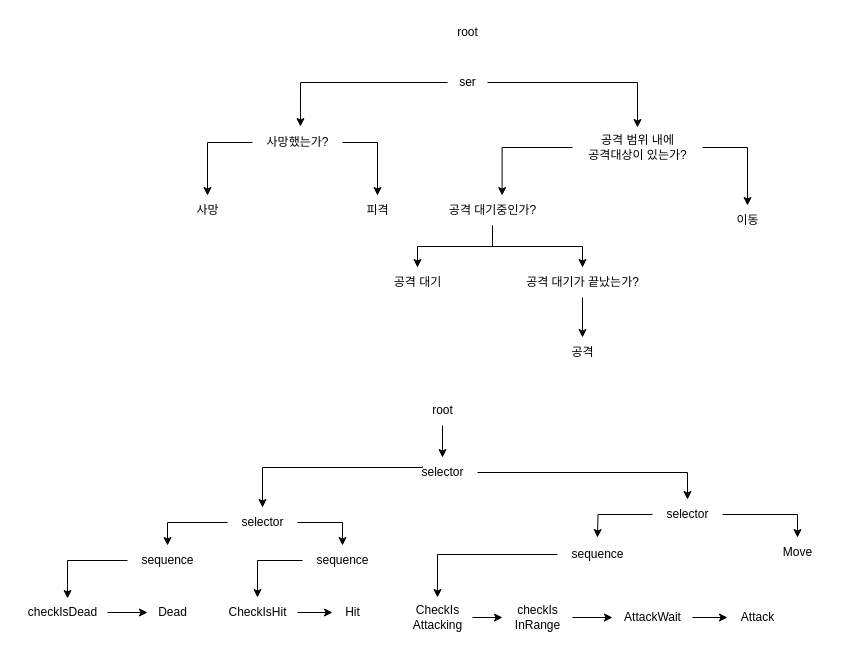
FavorKim/SlimeProject keeps this draw.io diagram as 보스행동트리개요.drawio. Above is the earlier version. Source tidied: cells renumbered, new cells numbered last; positions are measured from the earlier drawing's top-left corner, leaving out a move shared by most shapes. Both pictures are drawn from the tidied source at 100%, with x=0, y=0 at pixel (17, 17).
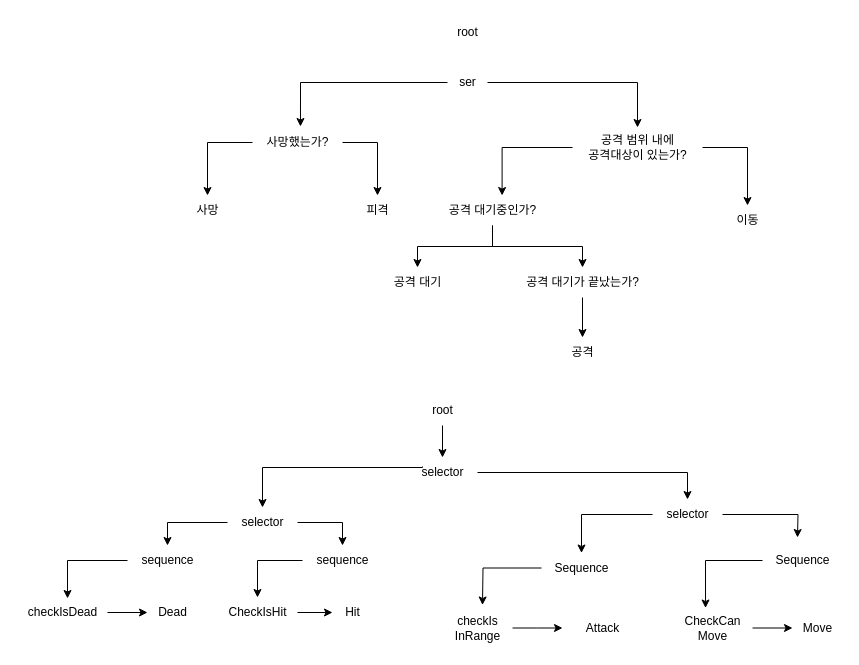
The same page after the edit.

Commit message:
보스행동트리개요.drawio 업데이트

The change refers to these unchanged cells:
```xml
<mxCell id="34" value="selector" style="text;html=1;align=center;verticalAlign=middle;points=[];strokeColor=none;fillColor=none;" parent="1" vertex="1">
  <mxGeometry x="635" y="482" width="70" height="30" as="geometry" />
</mxCell>
```

Change to the diagram source:
```diff
@@
-    <mxCell id="32" style="edgeStyle=orthogonalEdgeStyle;rounded=0;jettySize=auto;html=1;" parent="1" edge="1" source="34">
-      <mxGeometry relative="1" as="geometry">
-        <mxPoint x="580" y="520" as="targetPoint" />
-      </mxGeometry>
+    <mxCell id="32" style="edgeStyle=orthogonalEdgeStyle;rounded=0;jettySize=auto;html=1;" parent="1" edge="1" source="34" target="55">
+      <mxGeometry relative="1" as="geometry" />
     </mxCell>
-    <mxCell id="33" style="edgeStyle=orthogonalEdgeStyle;rounded=0;jettySize=auto;html=1;" parent="1" edge="1" source="34" target="42">
-      <mxGeometry relative="1" as="geometry" />
+    <mxCell id="33" style="edgeStyle=orthogonalEdgeStyle;rounded=0;jettySize=auto;html=1;" parent="1" edge="1" source="34">
+      <mxGeometry relative="1" as="geometry">
+        <mxPoint x="780" y="520" as="targetPoint" />
+      </mxGeometry>
     </mxCell>
@@
+    <mxCell id="43" value="root" style="text;html=1;align=center;verticalAlign=middle;strokeColor=none;fillColor=none;" parent="1" vertex="1">
+      <mxGeometry x="430" width="40" height="30" as="geometry" />
+    </mxCell>
+    <mxCell id="53" style="edgeStyle=orthogonalEdgeStyle;rounded=0;jettySize=auto;html=1;" parent="1" edge="1" source="47">
+      <mxGeometry relative="1" as="geometry">
+        <mxPoint x="545" y="610.5" as="targetPoint" />
+      </mxGeometry>
+    </mxCell>
+    <mxCell id="47" value="checkIs&lt;div&gt;InRange&lt;/div&gt;" style="text;html=1;align=center;verticalAlign=middle;points=[];strokeColor=none;fillColor=none;" parent="1" vertex="1">
+      <mxGeometry x="425" y="590.5" width="70" height="40" as="geometry" />
+    </mxCell>
+    <mxCell id="54" style="edgeStyle=orthogonalEdgeStyle;rounded=0;jettySize=auto;html=1;" parent="1" edge="1" source="55">
+      <mxGeometry relative="1" as="geometry">
+        <mxPoint x="465" y="587.5" as="targetPoint" />
+      </mxGeometry>
+    </mxCell>
+    <mxCell id="55" value="Sequence" style="text;html=1;align=center;verticalAlign=middle;points=[];strokeColor=none;fillColor=none;" parent="1" vertex="1">
+      <mxGeometry x="524" y="535.5" width="80" height="30" as="geometry" />
+    </mxCell>
+    <mxCell id="56" value="Sequence" style="text;html=1;align=center;verticalAlign=middle;points=[];strokeColor=none;fillColor=none;" parent="1" vertex="1">
+      <mxGeometry x="745" y="528" width="80" height="30" as="geometry" />
+    </mxCell>
+    <mxCell id="57" style="edgeStyle=orthogonalEdgeStyle;rounded=0;jettySize=auto;html=1;" parent="1" edge="1" source="58" target="42">
+      <mxGeometry relative="1" as="geometry" />
+    </mxCell>
+    <mxCell id="58" value="CheckCan&lt;div&gt;Move&lt;/div&gt;" style="text;html=1;align=center;verticalAlign=middle;points=[];strokeColor=none;fillColor=none;" parent="1" vertex="1">
+      <mxGeometry x="655" y="590.5" width="80" height="40" as="geometry" />
+    </mxCell>
     <mxCell id="42" value="Move" style="text;html=1;align=center;verticalAlign=middle;points=[];strokeColor=none;fillColor=none;" parent="1" vertex="1">
-      <mxGeometry x="755" y="520" width="50" height="30" as="geometry" />
+      <mxGeometry x="775" y="595.5" width="50" height="30" as="geometry" />
     </mxCell>
-    <mxCell id="43" value="root" style="text;html=1;align=center;verticalAlign=middle;strokeColor=none;fillColor=none;" parent="1" vertex="1">
-      <mxGeometry x="430" width="40" height="30" as="geometry" />
-    </mxCell>
-    <mxCell id="44" style="edgeStyle=orthogonalEdgeStyle;rounded=0;jettySize=auto;html=1;" parent="1" edge="1" source="45" target="52">
-      <mxGeometry relative="1" as="geometry" />
-    </mxCell>
-    <mxCell id="45" value="sequence" style="text;html=1;align=center;verticalAlign=middle;points=[];strokeColor=none;fillColor=none;" parent="1" vertex="1">
-      <mxGeometry x="540" y="522" width="80" height="30" as="geometry" />
-    </mxCell>
-    <mxCell id="46" style="edgeStyle=orthogonalEdgeStyle;rounded=0;jettySize=auto;html=1;" parent="1" edge="1" source="47" target="49">
-      <mxGeometry relative="1" as="geometry" />
-    </mxCell>
-    <mxCell id="47" value="checkIs&lt;div&gt;InRange&lt;/div&gt;" style="text;html=1;align=center;verticalAlign=middle;points=[];strokeColor=none;fillColor=none;" parent="1" vertex="1">
-      <mxGeometry x="485" y="580" width="70" height="40" as="geometry" />
-    </mxCell>
-    <mxCell id="48" style="edgeStyle=orthogonalEdgeStyle;rounded=0;jettySize=auto;html=1;" parent="1" edge="1" source="49" target="50">
-      <mxGeometry relative="1" as="geometry" />
-    </mxCell>
-    <mxCell id="49" value="AttackWait" style="text;html=1;align=center;verticalAlign=middle;points=[];strokeColor=none;fillColor=none;" parent="1" vertex="1">
-      <mxGeometry x="595" y="585" width="80" height="30" as="geometry" />
-    </mxCell>
+    <mxCell id="59" style="edgeStyle=orthogonalEdgeStyle;rounded=0;jettySize=auto;html=1;entryX=0.413;entryY=0;entryDx=0;entryDy=0;entryPerimeter=0;" parent="1" edge="1" source="56" target="58">
+      <mxGeometry relative="1" as="geometry" />
+    </mxCell>
     <mxCell id="50" value="Attack" style="text;html=1;align=center;verticalAlign=middle;points=[];strokeColor=none;fillColor=none;" parent="1" vertex="1">
-      <mxGeometry x="710" y="585" width="60" height="30" as="geometry" />
+      <mxGeometry x="555" y="595.5" width="60" height="30" as="geometry" />
     </mxCell>
-    <mxCell id="51" style="edgeStyle=orthogonalEdgeStyle;rounded=0;jettySize=auto;html=1;" parent="1" edge="1" source="52" target="47">
-      <mxGeometry relative="1" as="geometry" />
-    </mxCell>
-    <mxCell id="52" value="CheckIs&lt;div&gt;Attacking&lt;/div&gt;" style="text;html=1;align=center;verticalAlign=middle;points=[];strokeColor=none;fillColor=none;" parent="1" vertex="1">
-      <mxGeometry x="385" y="580" width="70" height="40" as="geometry" />
-    </mxCell>
```
